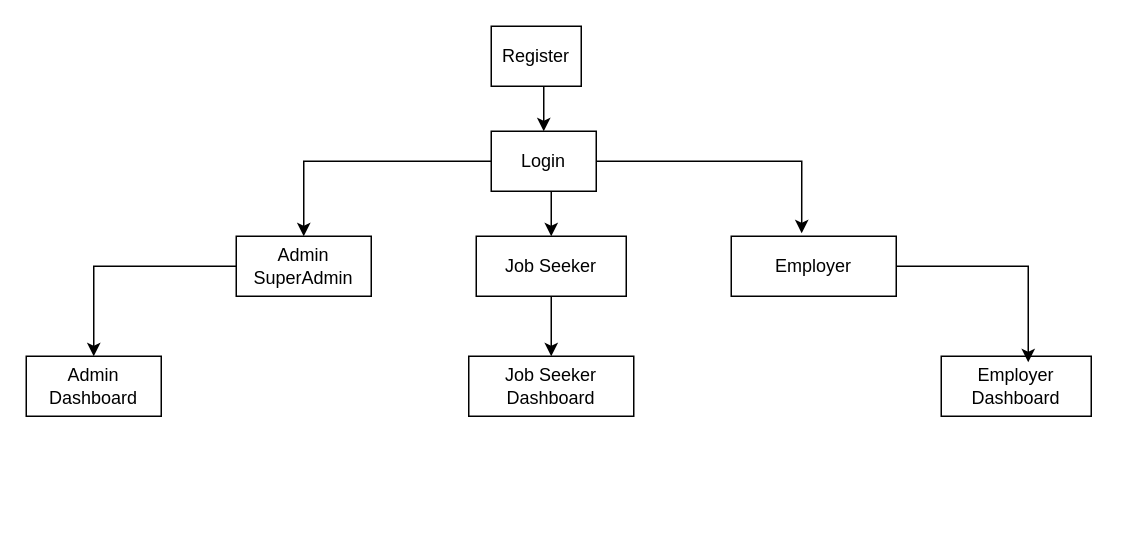
TintHtooKo/JobPortal-mern keeps this draw.io diagram as JobPortal.drawio. Above is the earlier version. Source tidied: cells renumbered, new cells numbered last; positions are measured from the earlier drawing's top-left corner, leaving out a move shared by most shapes. Both pictures are drawn from the tidied source at 150%, with x=0, y=0 at pixel (26, 26).
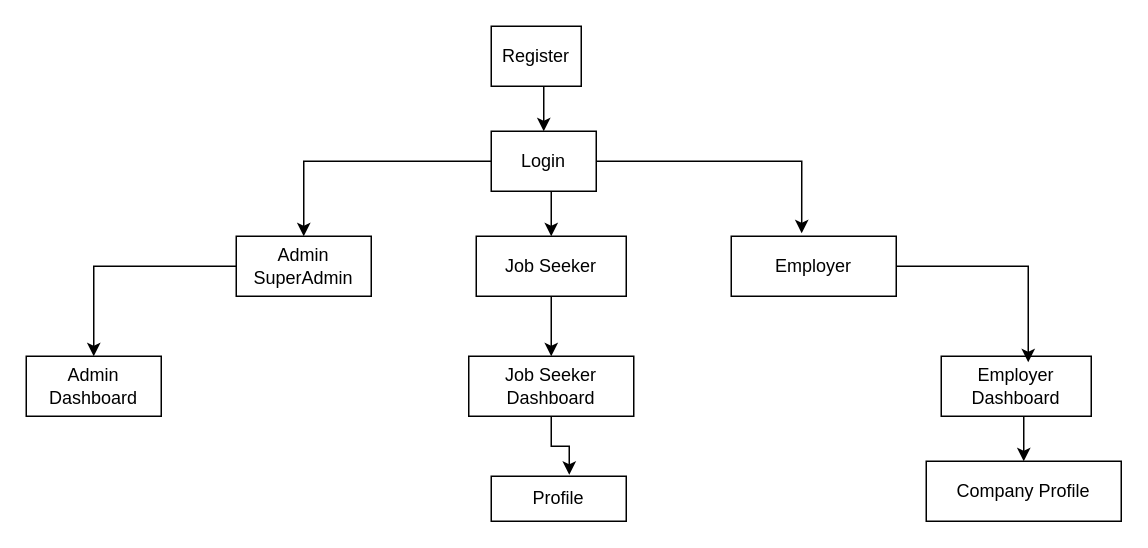
The same page after the edit.

Unchanged cells that the change refers to:
```xml
<mxCell id="14" value="Job Seeker&lt;div&gt;Dashboard&lt;/div&gt;" style="rounded=0;whiteSpace=wrap;html=1;" parent="1" vertex="1">
  <mxGeometry x="295" y="220" width="110" height="40" as="geometry" />
</mxCell>
<mxCell id="15" value="Employer Dashboard" style="rounded=0;whiteSpace=wrap;html=1;" parent="1" vertex="1">
  <mxGeometry x="610" y="220" width="100" height="40" as="geometry" />
</mxCell>
```

Diff of the diagram source:
```diff
@@
+    <mxCell id="17" style="edgeStyle=orthogonalEdgeStyle;rounded=0;jettySize=auto;html=1;exitX=0.5;exitY=1;exitDx=0;exitDy=0;entryX=0.5;entryY=0;entryDx=0;entryDy=0;" parent="1" edge="1" source="15" target="20">
+      <mxGeometry relative="1" as="geometry" />
+    </mxCell>
@@
+    <mxCell id="18" value="Profile" style="rounded=0;whiteSpace=wrap;html=1;" parent="1" vertex="1">
+      <mxGeometry x="310" y="300" width="90" height="30" as="geometry" />
+    </mxCell>
+    <mxCell id="19" style="edgeStyle=orthogonalEdgeStyle;rounded=0;jettySize=auto;html=1;exitX=0.5;exitY=1;exitDx=0;exitDy=0;entryX=0.578;entryY=-0.033;entryDx=0;entryDy=0;entryPerimeter=0;" parent="1" edge="1" source="14" target="18">
+      <mxGeometry relative="1" as="geometry" />
+    </mxCell>
+    <mxCell id="20" value="Company Profile" style="rounded=0;whiteSpace=wrap;html=1;" parent="1" vertex="1">
+      <mxGeometry x="600" y="290" width="130" height="40" as="geometry" />
+    </mxCell>
```
